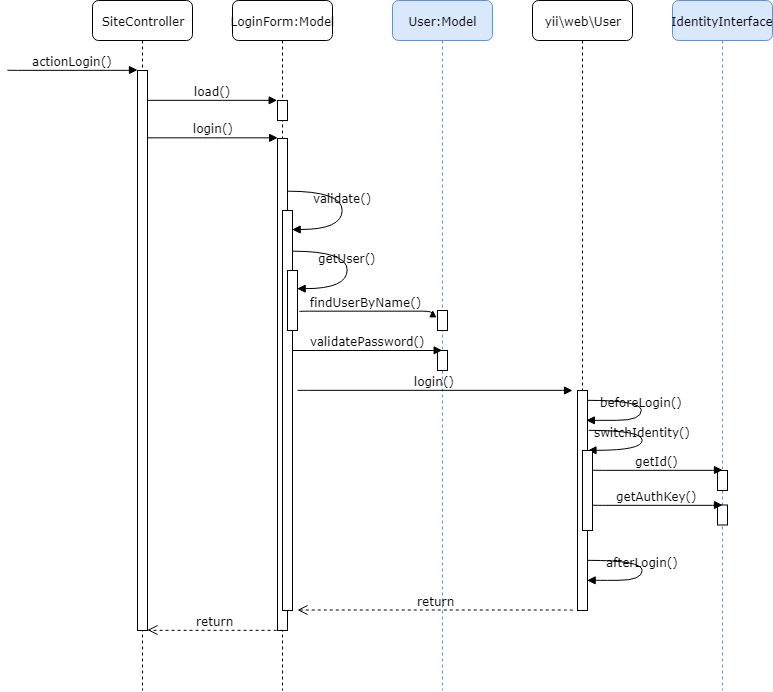
Earlier version of the draw.io export docs/codingskill/security/images/ActionLogin.png (umbalaconmeogia/traning-developing-skill-for-brse). Source tidied: cells renumbered, new cells last; positions are measured from the earlier drawing's top-left corner, leaving out a move shared by most shapes. Source of this version:
```xml
<mxGraphModel>
  <root>
    <mxCell id="0" />
    <mxCell id="1" parent="0" />
    <mxCell id="2" value="LoginForm:Model" style="shape=umlLifeline;perimeter=lifelinePerimeter;whiteSpace=wrap;html=1;rounded=1;shadow=0;comic=0;labelBackgroundColor=none;strokeColor=#000000;strokeWidth=1;fillColor=#FFFFFF;fontFamily=Verdana;fontSize=12;fontColor=#000000;align=center;" parent="1" vertex="1">
      <mxGeometry x="225" width="100" height="690" as="geometry" />
    </mxCell>
    <mxCell id="3" style="html=1;points=[];perimeter=orthogonalPerimeter;rounded=0;shadow=0;comic=0;labelBackgroundColor=none;strokeColor=#000000;strokeWidth=1;fillColor=#FFFFFF;fontFamily=Verdana;fontSize=12;fontColor=#000000;align=center;" parent="2" vertex="1">
      <mxGeometry x="45" y="100" width="10" height="20" as="geometry" />
    </mxCell>
    <mxCell id="4" style="html=1;perimeter=orthogonalPerimeter;rounded=0;shadow=0;comic=0;labelBackgroundColor=none;strokeColor=#000000;strokeWidth=1;fillColor=#FFFFFF;fontFamily=Verdana;fontSize=12;fontColor=#000000;align=center;" parent="2" vertex="1">
      <mxGeometry x="45" y="138" width="10" height="492" as="geometry" />
    </mxCell>
    <mxCell id="5" value="validate()" style="html=1;verticalAlign=bottom;endArrow=block;labelBackgroundColor=none;fontFamily=Verdana;fontSize=12;elbow=vertical;edgeStyle=orthogonalEdgeStyle;curved=1;entryX=1;entryY=0.286;entryPerimeter=0;exitX=1.038;exitY=0.345;exitPerimeter=0;" parent="2" edge="1">
      <mxGeometry relative="1" as="geometry">
        <mxPoint x="55" y="191" as="sourcePoint" />
        <mxPoint x="60" y="229" as="targetPoint" />
        <Array as="points">
          <mxPoint x="110" y="191" />
          <mxPoint x="110" y="229" />
        </Array>
      </mxGeometry>
    </mxCell>
    <mxCell id="6" value="getUser()" style="html=1;verticalAlign=bottom;endArrow=block;labelBackgroundColor=none;fontFamily=Verdana;fontSize=12;elbow=vertical;edgeStyle=orthogonalEdgeStyle;curved=1;entryX=1;entryY=0.286;entryPerimeter=0;exitX=1.038;exitY=0.345;exitPerimeter=0;" parent="2" edge="1">
      <mxGeometry relative="1" as="geometry">
        <mxPoint x="59.6" y="250.8" as="sourcePoint" />
        <mxPoint x="64.8" y="288.5" as="targetPoint" />
        <Array as="points">
          <mxPoint x="114.5" y="250.5" />
          <mxPoint x="114.5" y="288.5" />
        </Array>
      </mxGeometry>
    </mxCell>
    <mxCell id="7" style="html=1;perimeter=orthogonalPerimeter;rounded=0;shadow=0;comic=0;labelBackgroundColor=none;strokeColor=#000000;strokeWidth=1;fillColor=#FFFFFF;fontFamily=Verdana;fontSize=12;fontColor=#000000;align=center;" parent="2" vertex="1">
      <mxGeometry x="50" y="210" width="10" height="400" as="geometry" />
    </mxCell>
    <mxCell id="8" style="html=1;points=[];perimeter=orthogonalPerimeter;rounded=0;shadow=0;comic=0;labelBackgroundColor=none;strokeColor=#000000;strokeWidth=1;fillColor=#FFFFFF;fontFamily=Verdana;fontSize=12;fontColor=#000000;align=center;" parent="2" vertex="1">
      <mxGeometry x="55" y="270" width="10" height="60" as="geometry" />
    </mxCell>
    <mxCell id="9" value="User:Model" style="shape=umlLifeline;perimeter=lifelinePerimeter;whiteSpace=wrap;html=1;outlineConnect=0;rounded=1;shadow=0;comic=0;labelBackgroundColor=none;strokeColor=#6c8ebf;strokeWidth=1;fillColor=#dae8fc;fontFamily=Verdana;fontSize=12;align=center;" parent="1" vertex="1">
      <mxGeometry x="385" width="100" height="690" as="geometry" />
    </mxCell>
    <mxCell id="10" style="html=1;perimeter=orthogonalPerimeter;rounded=0;shadow=0;comic=0;labelBackgroundColor=none;strokeColor=#000000;strokeWidth=1;fillColor=#FFFFFF;fontFamily=Verdana;fontSize=12;fontColor=#000000;align=center;" parent="9" vertex="1">
      <mxGeometry x="45" y="310" width="10" height="20" as="geometry" />
    </mxCell>
    <mxCell id="11" style="html=1;points=[];perimeter=orthogonalPerimeter;rounded=0;shadow=0;comic=0;labelBackgroundColor=none;strokeColor=#000000;strokeWidth=1;fillColor=#FFFFFF;fontFamily=Verdana;fontSize=12;fontColor=#000000;align=center;" parent="9" vertex="1">
      <mxGeometry x="45" y="350" width="10" height="20" as="geometry" />
    </mxCell>
    <mxCell id="12" value="yii\web\User" style="shape=umlLifeline;perimeter=lifelinePerimeter;whiteSpace=wrap;html=1;rounded=1;shadow=0;comic=0;labelBackgroundColor=none;strokeColor=#000000;strokeWidth=1;fillColor=#FFFFFF;fontFamily=Verdana;fontSize=12;fontColor=#000000;align=center;" parent="1" vertex="1">
      <mxGeometry x="525" width="100" height="610" as="geometry" />
    </mxCell>
    <mxCell id="13" style="html=1;perimeter=orthogonalPerimeter;rounded=0;shadow=0;comic=0;labelBackgroundColor=none;strokeColor=#000000;strokeWidth=1;fillColor=#FFFFFF;fontFamily=Verdana;fontSize=12;fontColor=#000000;align=center;" parent="12" vertex="1">
      <mxGeometry x="45" y="390" width="10" height="220" as="geometry" />
    </mxCell>
    <mxCell id="14" value="IdentityInterface" style="shape=umlLifeline;perimeter=lifelinePerimeter;whiteSpace=wrap;html=1;rounded=1;shadow=0;comic=0;labelBackgroundColor=none;strokeColor=#6c8ebf;strokeWidth=1;fillColor=#dae8fc;fontFamily=Verdana;fontSize=12;align=center;" parent="1" vertex="1">
      <mxGeometry x="665" width="100" height="690" as="geometry" />
    </mxCell>
    <mxCell id="15" style="html=1;perimeter=orthogonalPerimeter;rounded=0;shadow=0;comic=0;labelBackgroundColor=none;strokeColor=#000000;strokeWidth=1;fillColor=#FFFFFF;fontFamily=Verdana;fontSize=12;fontColor=#000000;align=center;" parent="14" vertex="1">
      <mxGeometry x="45" y="470" width="10" height="20" as="geometry" />
    </mxCell>
    <mxCell id="16" style="html=1;perimeter=orthogonalPerimeter;rounded=0;shadow=0;comic=0;labelBackgroundColor=none;strokeColor=#000000;strokeWidth=1;fillColor=#FFFFFF;fontFamily=Verdana;fontSize=12;fontColor=#000000;align=center;" parent="14" vertex="1">
      <mxGeometry x="45" y="504.5" width="10" height="20" as="geometry" />
    </mxCell>
    <mxCell id="17" value="SiteController" style="shape=umlLifeline;perimeter=lifelinePerimeter;whiteSpace=wrap;html=1;rounded=1;shadow=0;comic=0;labelBackgroundColor=none;strokeColor=#000000;strokeWidth=1;fillColor=#FFFFFF;fontFamily=Verdana;fontSize=12;fontColor=#000000;align=center;" parent="1" vertex="1">
      <mxGeometry x="85" width="100" height="690" as="geometry" />
    </mxCell>
    <mxCell id="18" style="html=1;points=[];perimeter=orthogonalPerimeter;rounded=0;shadow=0;comic=0;labelBackgroundColor=none;strokeColor=#000000;strokeWidth=1;fillColor=#FFFFFF;fontFamily=Verdana;fontSize=12;fontColor=#000000;align=center;" parent="17" vertex="1">
      <mxGeometry x="45" y="70" width="10" height="560" as="geometry" />
    </mxCell>
    <mxCell id="19" value="load()" style="html=1;verticalAlign=bottom;endArrow=block;entryX=0;entryY=0;labelBackgroundColor=none;fontFamily=Verdana;fontSize=12;edgeStyle=elbowEdgeStyle;elbow=vertical;" parent="1" edge="1" source="18" target="3">
      <mxGeometry relative="1" as="geometry" />
    </mxCell>
    <mxCell id="20" value="actionLogin()" style="html=1;verticalAlign=bottom;endArrow=block;entryX=0;entryY=0;labelBackgroundColor=none;fontFamily=Verdana;fontSize=12;edgeStyle=elbowEdgeStyle;elbow=vertical;" parent="1" edge="1">
      <mxGeometry relative="1" as="geometry">
        <mxPoint y="69.5" as="sourcePoint" />
        <mxPoint x="130" y="69.5" as="targetPoint" />
      </mxGeometry>
    </mxCell>
    <mxCell id="21" value="findUserByName()" style="html=1;verticalAlign=bottom;endArrow=block;entryX=0;entryY=0;labelBackgroundColor=none;fontFamily=Verdana;fontSize=12;edgeStyle=elbowEdgeStyle;elbow=vertical;exitX=1.244;exitY=0.692;exitDx=0;exitDy=0;exitPerimeter=0;" parent="1" edge="1" source="8">
      <mxGeometry relative="1" as="geometry">
        <mxPoint x="425.3" y="309.9" as="targetPoint" />
      </mxGeometry>
    </mxCell>
    <mxCell id="22" value="validatePassword()" style="html=1;verticalAlign=bottom;endArrow=block;entryX=0.5;entryY=-0.001;labelBackgroundColor=none;fontFamily=Verdana;fontSize=12;edgeStyle=elbowEdgeStyle;elbow=vertical;entryDx=0;entryDy=0;entryPerimeter=0;" parent="1" edge="1" target="11">
      <mxGeometry relative="1" as="geometry">
        <mxPoint x="285" y="350" as="sourcePoint" />
        <Array as="points">
          <mxPoint x="290" y="350" />
        </Array>
      </mxGeometry>
    </mxCell>
    <mxCell id="23" value="login()" style="html=1;verticalAlign=bottom;endArrow=block;labelBackgroundColor=none;fontFamily=Verdana;fontSize=12;edgeStyle=elbowEdgeStyle;elbow=vertical;" parent="1" edge="1">
      <mxGeometry relative="1" as="geometry">
        <mxPoint x="290" y="390" as="sourcePoint" />
        <mxPoint x="565" y="390" as="targetPoint" />
      </mxGeometry>
    </mxCell>
    <mxCell id="24" value="beforeLogin()" style="html=1;verticalAlign=bottom;endArrow=block;labelBackgroundColor=none;fontFamily=Verdana;fontSize=12;elbow=vertical;edgeStyle=orthogonalEdgeStyle;curved=1;exitX=1.038;exitY=0.345;exitPerimeter=0;" parent="1" edge="1">
      <mxGeometry relative="1" as="geometry">
        <mxPoint x="579.6" y="399.8" as="sourcePoint" />
        <mxPoint x="579" y="420" as="targetPoint" />
        <Array as="points">
          <mxPoint x="634" y="400" />
          <mxPoint x="634" y="420" />
          <mxPoint x="585" y="420" />
        </Array>
      </mxGeometry>
    </mxCell>
    <mxCell id="25" value="switchIdentity()" style="html=1;verticalAlign=bottom;endArrow=block;labelBackgroundColor=none;fontFamily=Verdana;fontSize=12;elbow=vertical;edgeStyle=orthogonalEdgeStyle;curved=1;exitX=1.038;exitY=0.345;exitPerimeter=0;" parent="1" edge="1">
      <mxGeometry relative="1" as="geometry">
        <mxPoint x="580.9" y="429.9" as="sourcePoint" />
        <mxPoint x="580.4" y="449.9" as="targetPoint" />
        <Array as="points">
          <mxPoint x="635" y="430" />
          <mxPoint x="635" y="450" />
        </Array>
      </mxGeometry>
    </mxCell>
    <mxCell id="26" style="html=1;perimeter=orthogonalPerimeter;rounded=0;shadow=0;comic=0;labelBackgroundColor=none;strokeColor=#000000;strokeWidth=1;fillColor=#FFFFFF;fontFamily=Verdana;fontSize=12;fontColor=#000000;align=center;" parent="1" vertex="1">
      <mxGeometry x="575" y="450" width="10" height="80" as="geometry" />
    </mxCell>
    <mxCell id="27" value="getId()" style="html=1;verticalAlign=bottom;endArrow=block;labelBackgroundColor=none;fontFamily=Verdana;fontSize=12;edgeStyle=elbowEdgeStyle;elbow=vertical;" parent="1" edge="1">
      <mxGeometry relative="1" as="geometry">
        <mxPoint x="585" y="469.4" as="sourcePoint" />
        <mxPoint x="715" y="469.5" as="targetPoint" />
      </mxGeometry>
    </mxCell>
    <mxCell id="28" value="afterLogin()" style="html=1;verticalAlign=bottom;endArrow=block;labelBackgroundColor=none;fontFamily=Verdana;fontSize=12;elbow=vertical;edgeStyle=orthogonalEdgeStyle;curved=1;exitX=1.038;exitY=0.345;exitPerimeter=0;" parent="1" edge="1">
      <mxGeometry relative="1" as="geometry">
        <mxPoint x="580.4" y="559.9" as="sourcePoint" />
        <mxPoint x="579.9" y="579.9" as="targetPoint" />
        <Array as="points">
          <mxPoint x="635" y="560" />
          <mxPoint x="635" y="580" />
          <mxPoint x="586" y="580" />
        </Array>
      </mxGeometry>
    </mxCell>
    <mxCell id="29" value="getAuthKey()" style="html=1;verticalAlign=bottom;endArrow=block;labelBackgroundColor=none;fontFamily=Verdana;fontSize=12;edgeStyle=elbowEdgeStyle;elbow=vertical;" parent="1" edge="1">
      <mxGeometry relative="1" as="geometry">
        <mxPoint x="585" y="504.4" as="sourcePoint" />
        <mxPoint x="715" y="504.5" as="targetPoint" />
      </mxGeometry>
    </mxCell>
    <mxCell id="30" value="return" style="html=1;verticalAlign=bottom;endArrow=open;dashed=1;endSize=8;labelBackgroundColor=none;fontFamily=Verdana;fontSize=12;edgeStyle=elbowEdgeStyle;elbow=vertical;" parent="1" edge="1">
      <mxGeometry relative="1" as="geometry">
        <mxPoint x="565" y="610" as="sourcePoint" />
        <mxPoint x="290" y="609.5" as="targetPoint" />
        <Array as="points">
          <mxPoint x="440" y="609.5" />
        </Array>
      </mxGeometry>
    </mxCell>
    <mxCell id="31" value="login()" style="html=1;verticalAlign=bottom;endArrow=block;entryX=0;entryY=0;labelBackgroundColor=none;fontFamily=Verdana;fontSize=12;edgeStyle=elbowEdgeStyle;elbow=vertical;" parent="1" edge="1">
      <mxGeometry relative="1" as="geometry">
        <mxPoint x="140.5" y="137.3" as="sourcePoint" />
        <mxPoint x="270.2" y="137.3" as="targetPoint" />
      </mxGeometry>
    </mxCell>
    <mxCell id="32" value="return" style="html=1;verticalAlign=bottom;endArrow=open;dashed=1;endSize=8;labelBackgroundColor=none;fontFamily=Verdana;fontSize=12;edgeStyle=elbowEdgeStyle;elbow=vertical;" parent="1" edge="1">
      <mxGeometry relative="1" as="geometry">
        <mxPoint x="275" y="630" as="sourcePoint" />
        <mxPoint x="140" y="629.5" as="targetPoint" />
      </mxGeometry>
    </mxCell>
  </root>
</mxGraphModel>
```
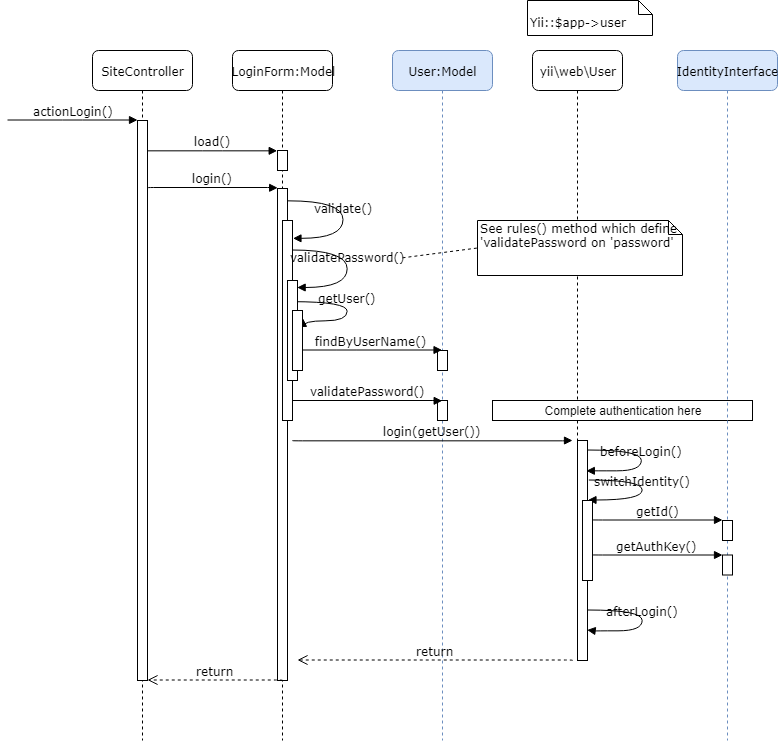
After the commit.

Diff of the diagram source:
```diff
@@ -13,47 +13,50 @@
     </mxCell>
     <mxCell id="5" value="validate()" style="html=1;verticalAlign=bottom;endArrow=block;labelBackgroundColor=none;fontFamily=Verdana;fontSize=12;elbow=vertical;edgeStyle=orthogonalEdgeStyle;curved=1;entryX=1;entryY=0.286;entryPerimeter=0;exitX=1.038;exitY=0.345;exitPerimeter=0;" parent="2" edge="1">
       <mxGeometry relative="1" as="geometry">
-        <mxPoint x="55" y="191" as="sourcePoint" />
-        <mxPoint x="60" y="229" as="targetPoint" />
+        <mxPoint x="55.5" y="150" as="sourcePoint" />
+        <mxPoint x="60.5" y="188" as="targetPoint" />
         <Array as="points">
-          <mxPoint x="110" y="191" />
-          <mxPoint x="110" y="229" />
+          <mxPoint x="110.5" y="150" />
+          <mxPoint x="110.5" y="188" />
         </Array>
       </mxGeometry>
     </mxCell>
-    <mxCell id="6" value="getUser()" style="html=1;verticalAlign=bottom;endArrow=block;labelBackgroundColor=none;fontFamily=Verdana;fontSize=12;elbow=vertical;edgeStyle=orthogonalEdgeStyle;curved=1;entryX=1;entryY=0.286;entryPerimeter=0;exitX=1.038;exitY=0.345;exitPerimeter=0;" parent="2" edge="1">
+    <mxCell id="6" value="getUser()" style="html=1;verticalAlign=bottom;endArrow=block;labelBackgroundColor=none;fontFamily=Verdana;fontSize=12;elbow=vertical;edgeStyle=orthogonalEdgeStyle;curved=1;exitX=1.038;exitY=0.345;exitPerimeter=0;entryX=1.067;entryY=0.131;entryDx=0;entryDy=0;entryPerimeter=0;" parent="2" edge="1" target="36">
       <mxGeometry relative="1" as="geometry">
         <mxPoint x="59.6" y="250.8" as="sourcePoint" />
-        <mxPoint x="64.8" y="288.5" as="targetPoint" />
         <Array as="points">
-          <mxPoint x="114.5" y="250.5" />
-          <mxPoint x="114.5" y="288.5" />
+          <mxPoint x="115" y="251" />
+          <mxPoint x="115" y="270" />
+          <mxPoint x="71" y="270" />
         </Array>
       </mxGeometry>
     </mxCell>
     <mxCell id="7" style="html=1;perimeter=orthogonalPerimeter;rounded=0;shadow=0;comic=0;labelBackgroundColor=none;strokeColor=#000000;strokeWidth=1;fillColor=#FFFFFF;fontFamily=Verdana;fontSize=12;fontColor=#000000;align=center;" parent="2" vertex="1">
-      <mxGeometry x="50" y="210" width="10" height="400" as="geometry" />
+      <mxGeometry x="50" y="170" width="10" height="200" as="geometry" />
     </mxCell>
     <mxCell id="8" style="html=1;points=[];perimeter=orthogonalPerimeter;rounded=0;shadow=0;comic=0;labelBackgroundColor=none;strokeColor=#000000;strokeWidth=1;fillColor=#FFFFFF;fontFamily=Verdana;fontSize=12;fontColor=#000000;align=center;" parent="2" vertex="1">
-      <mxGeometry x="55" y="270" width="10" height="60" as="geometry" />
+      <mxGeometry x="55" y="230" width="10" height="100" as="geometry" />
     </mxCell>
     <mxCell id="9" value="User:Model" style="shape=umlLifeline;perimeter=lifelinePerimeter;whiteSpace=wrap;html=1;outlineConnect=0;rounded=1;shadow=0;comic=0;labelBackgroundColor=none;strokeColor=#6c8ebf;strokeWidth=1;fillColor=#dae8fc;fontFamily=Verdana;fontSize=12;align=center;" parent="1" vertex="1">
       <mxGeometry x="385" width="100" height="690" as="geometry" />
     </mxCell>
     <mxCell id="10" style="html=1;perimeter=orthogonalPerimeter;rounded=0;shadow=0;comic=0;labelBackgroundColor=none;strokeColor=#000000;strokeWidth=1;fillColor=#FFFFFF;fontFamily=Verdana;fontSize=12;fontColor=#000000;align=center;" parent="9" vertex="1">
-      <mxGeometry x="45" y="310" width="10" height="20" as="geometry" />
+      <mxGeometry x="45" y="300" width="10" height="20" as="geometry" />
     </mxCell>
     <mxCell id="11" style="html=1;points=[];perimeter=orthogonalPerimeter;rounded=0;shadow=0;comic=0;labelBackgroundColor=none;strokeColor=#000000;strokeWidth=1;fillColor=#FFFFFF;fontFamily=Verdana;fontSize=12;fontColor=#000000;align=center;" parent="9" vertex="1">
       <mxGeometry x="45" y="350" width="10" height="20" as="geometry" />
     </mxCell>
     <mxCell id="12" value="yii\web\User" style="shape=umlLifeline;perimeter=lifelinePerimeter;whiteSpace=wrap;html=1;rounded=1;shadow=0;comic=0;labelBackgroundColor=none;strokeColor=#000000;strokeWidth=1;fillColor=#FFFFFF;fontFamily=Verdana;fontSize=12;fontColor=#000000;align=center;" parent="1" vertex="1">
-      <mxGeometry x="525" width="100" height="610" as="geometry" />
+      <mxGeometry x="525" width="90" height="610" as="geometry" />
     </mxCell>
     <mxCell id="13" style="html=1;perimeter=orthogonalPerimeter;rounded=0;shadow=0;comic=0;labelBackgroundColor=none;strokeColor=#000000;strokeWidth=1;fillColor=#FFFFFF;fontFamily=Verdana;fontSize=12;fontColor=#000000;align=center;" parent="12" vertex="1">
       <mxGeometry x="45" y="390" width="10" height="220" as="geometry" />
     </mxCell>
+    <mxCell id="33" value="Complete authentication here" style="rounded=0;whiteSpace=wrap;html=1;" parent="12" vertex="1">
+      <mxGeometry x="-40" y="350" width="260" height="20" as="geometry" />
+    </mxCell>
     <mxCell id="14" value="IdentityInterface" style="shape=umlLifeline;perimeter=lifelinePerimeter;whiteSpace=wrap;html=1;rounded=1;shadow=0;comic=0;labelBackgroundColor=none;strokeColor=#6c8ebf;strokeWidth=1;fillColor=#dae8fc;fontFamily=Verdana;fontSize=12;align=center;" parent="1" vertex="1">
-      <mxGeometry x="665" width="100" height="690" as="geometry" />
+      <mxGeometry x="670" width="100" height="690" as="geometry" />
     </mxCell>
     <mxCell id="15" style="html=1;perimeter=orthogonalPerimeter;rounded=0;shadow=0;comic=0;labelBackgroundColor=none;strokeColor=#000000;strokeWidth=1;fillColor=#FFFFFF;fontFamily=Verdana;fontSize=12;fontColor=#000000;align=center;" parent="14" vertex="1">
       <mxGeometry x="45" y="470" width="10" height="20" as="geometry" />
@@ -76,10 +79,8 @@
         <mxPoint x="130" y="69.5" as="targetPoint" />
       </mxGeometry>
     </mxCell>
-    <mxCell id="21" value="findUserByName()" style="html=1;verticalAlign=bottom;endArrow=block;entryX=0;entryY=0;labelBackgroundColor=none;fontFamily=Verdana;fontSize=12;edgeStyle=elbowEdgeStyle;elbow=vertical;exitX=1.244;exitY=0.692;exitDx=0;exitDy=0;exitPerimeter=0;" parent="1" edge="1" source="8">
-      <mxGeometry relative="1" as="geometry">
-        <mxPoint x="425.3" y="309.9" as="targetPoint" />
-      </mxGeometry>
+    <mxCell id="21" value="findByUserName()" style="html=1;verticalAlign=bottom;endArrow=block;labelBackgroundColor=none;fontFamily=Verdana;fontSize=12;edgeStyle=elbowEdgeStyle;elbow=vertical;exitX=1.244;exitY=0.692;exitDx=0;exitDy=0;exitPerimeter=0;" parent="1" edge="1" source="8" target="9">
+      <mxGeometry relative="1" as="geometry" />
     </mxCell>
     <mxCell id="22" value="validatePassword()" style="html=1;verticalAlign=bottom;endArrow=block;entryX=0.5;entryY=-0.001;labelBackgroundColor=none;fontFamily=Verdana;fontSize=12;edgeStyle=elbowEdgeStyle;elbow=vertical;entryDx=0;entryDy=0;entryPerimeter=0;" parent="1" edge="1" target="11">
       <mxGeometry relative="1" as="geometry">
@@ -89,9 +90,9 @@
         </Array>
       </mxGeometry>
     </mxCell>
-    <mxCell id="23" value="login()" style="html=1;verticalAlign=bottom;endArrow=block;labelBackgroundColor=none;fontFamily=Verdana;fontSize=12;edgeStyle=elbowEdgeStyle;elbow=vertical;" parent="1" edge="1">
+    <mxCell id="23" value="login(getUser())" style="html=1;verticalAlign=bottom;endArrow=block;labelBackgroundColor=none;fontFamily=Verdana;fontSize=12;edgeStyle=elbowEdgeStyle;elbow=vertical;" parent="1" edge="1">
       <mxGeometry relative="1" as="geometry">
-        <mxPoint x="290" y="390" as="sourcePoint" />
+        <mxPoint x="285" y="390" as="sourcePoint" />
         <mxPoint x="565" y="390" as="targetPoint" />
       </mxGeometry>
     </mxCell>
@@ -163,5 +164,29 @@
         <mxPoint x="140" y="629.5" as="targetPoint" />
       </mxGeometry>
     </mxCell>
+    <mxCell id="34" value="&lt;br&gt;Yii::$app-&amp;gt;user" style="shape=note;whiteSpace=wrap;html=1;size=14;verticalAlign=top;align=left;spacingTop=-6;rounded=0;shadow=0;comic=0;labelBackgroundColor=none;strokeColor=#000000;strokeWidth=1;fillColor=#FFFFFF;fontFamily=Verdana;fontSize=12;fontColor=#000000;" parent="1" vertex="1">
+      <mxGeometry x="520" y="-50" width="125" height="35" as="geometry" />
+    </mxCell>
+    <mxCell id="35" value="validatePassword()" style="html=1;verticalAlign=bottom;endArrow=block;labelBackgroundColor=none;fontFamily=Verdana;fontSize=12;elbow=vertical;edgeStyle=orthogonalEdgeStyle;curved=1;entryX=1;entryY=0.286;entryPerimeter=0;exitX=1.038;exitY=0.345;exitPerimeter=0;" parent="1" edge="1">
+      <mxGeometry relative="1" as="geometry">
+        <mxPoint x="284.7" y="199.7" as="sourcePoint" />
+        <mxPoint x="289.7" y="237.2" as="targetPoint" />
+        <Array as="points">
+          <mxPoint x="340" y="199.5" />
+          <mxPoint x="340" y="237.5" />
+        </Array>
+      </mxGeometry>
+    </mxCell>
+    <mxCell id="36" style="html=1;points=[];perimeter=orthogonalPerimeter;rounded=0;shadow=0;comic=0;labelBackgroundColor=none;strokeColor=#000000;strokeWidth=1;fillColor=#FFFFFF;fontFamily=Verdana;fontSize=12;fontColor=#000000;align=center;" parent="1" vertex="1">
+      <mxGeometry x="285" y="260" width="10" height="60" as="geometry" />
+    </mxCell>
+    <mxCell id="37" value="See rules() method which define 'validatePassword on 'password'" style="shape=note;whiteSpace=wrap;html=1;size=14;verticalAlign=top;align=left;spacingTop=-6;rounded=0;shadow=0;comic=0;labelBackgroundColor=none;strokeColor=#000000;strokeWidth=1;fillColor=#FFFFFF;fontFamily=Verdana;fontSize=12;fontColor=#000000;" parent="1" vertex="1">
+      <mxGeometry x="470" y="170" width="205" height="55" as="geometry" />
+    </mxCell>
+    <mxCell id="38" style="endArrow=none;dashed=1;html=1;entryX=0;entryY=0.5;entryDx=0;entryDy=0;entryPerimeter=0;" parent="1" edge="1" target="37">
+      <mxGeometry relative="1" as="geometry">
+        <mxPoint x="395" y="207.3" as="sourcePoint" />
+      </mxGeometry>
+    </mxCell>
   </root>
 </mxGraphModel>
```
